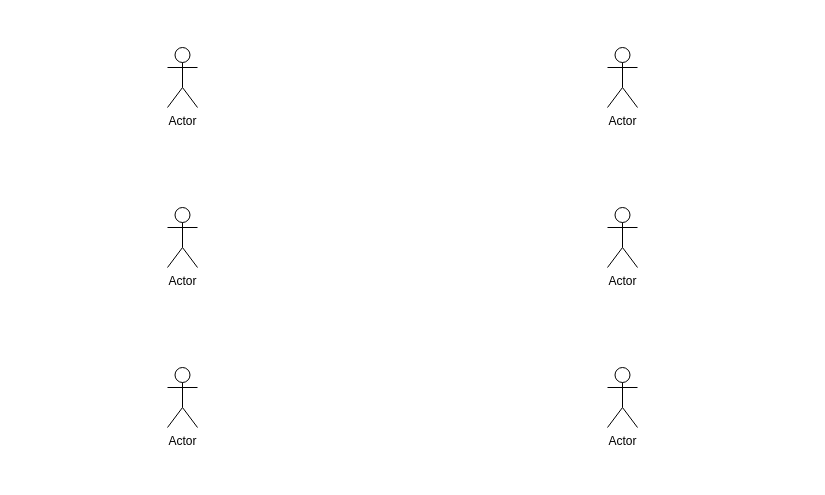
Above: docs/bridge_and_puppets.drawio in eimis-ans/mx-puppet-teams (draw.io), before the change. Source tidied: cells renumbered, new cells numbered last; positions are measured from the earlier drawing's top-left corner, leaving out a move shared by most shapes. Both pictures are drawn from the tidied source at 100%, with x=0, y=0 at pixel (167, 47).
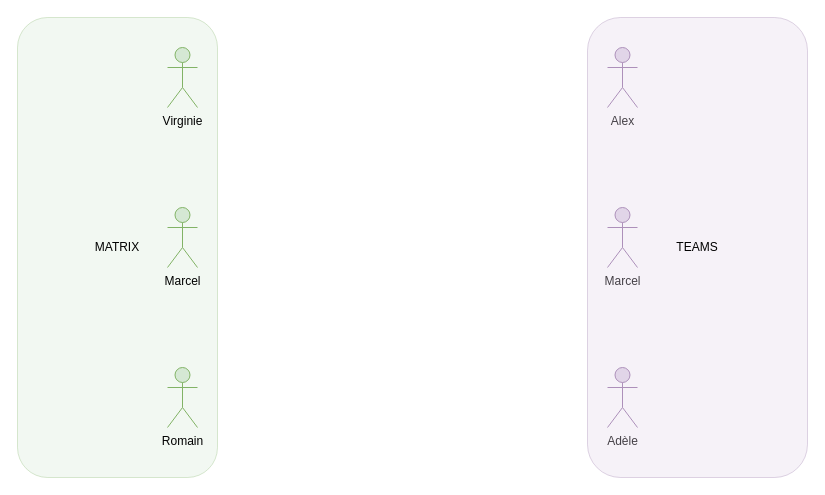
The same diagram, later.

Commit message (it also covers changes not shown here):
Mettre à jour bridge_and_puppets.drawio

Change to the diagram source:
```diff
@@
 <mxGraphModel>
   <root>
     <mxCell id="0" />
     <mxCell id="1" parent="0" />
+    <mxCell id="8" value="MATRIX" style="rounded=1;whiteSpace=wrap;html=1;fillColor=#d5e8d4;strokeColor=#82b366;fillStyle=auto;glass=0;opacity=30;" parent="1" vertex="1">
+      <mxGeometry x="-150" y="-30" width="200" height="460" as="geometry" />
+    </mxCell>
-    <mxCell id="2" value="Actor" style="shape=umlActor;verticalLabelPosition=bottom;verticalAlign=top;html=1;" parent="1" vertex="1">
+    <mxCell id="2" value="&lt;div&gt;Marcel&lt;br&gt;&lt;/div&gt;" style="shape=umlActor;verticalLabelPosition=bottom;verticalAlign=top;html=1;fillColor=#e1d5e7;strokeColor=#9673a6;" parent="1" vertex="1">
       <mxGeometry x="440" y="160" width="30" height="60" as="geometry" />
     </mxCell>
-    <mxCell id="3" value="Actor" style="shape=umlActor;verticalLabelPosition=bottom;verticalAlign=top;html=1;" parent="1" vertex="1">
+    <mxCell id="3" value="Romain" style="shape=umlActor;verticalLabelPosition=bottom;verticalAlign=top;html=1;fillColor=#d5e8d4;strokeColor=#82b366;" parent="1" vertex="1">
       <mxGeometry y="320" width="30" height="60" as="geometry" />
     </mxCell>
-    <mxCell id="4" value="Actor" style="shape=umlActor;verticalLabelPosition=bottom;verticalAlign=top;html=1;" parent="1" vertex="1">
+    <mxCell id="4" value="Adèle" style="shape=umlActor;verticalLabelPosition=bottom;verticalAlign=top;html=1;fillColor=#e1d5e7;strokeColor=#9673a6;" parent="1" vertex="1">
       <mxGeometry x="440" y="320" width="30" height="60" as="geometry" />
     </mxCell>
-    <mxCell id="5" value="Actor" style="shape=umlActor;verticalLabelPosition=bottom;verticalAlign=top;html=1;" parent="1" vertex="1">
+    <mxCell id="5" value="Marcel" style="shape=umlActor;verticalLabelPosition=bottom;verticalAlign=top;html=1;fillColor=#d5e8d4;strokeColor=#82b366;" parent="1" vertex="1">
       <mxGeometry y="160" width="30" height="60" as="geometry" />
     </mxCell>
-    <mxCell id="6" value="Actor" style="shape=umlActor;verticalLabelPosition=bottom;verticalAlign=top;html=1;" parent="1" vertex="1">
+    <mxCell id="6" value="Alex" style="shape=umlActor;verticalLabelPosition=bottom;verticalAlign=top;html=1;fillColor=#e1d5e7;strokeColor=#9673a6;" parent="1" vertex="1">
       <mxGeometry x="440" width="30" height="60" as="geometry" />
     </mxCell>
-    <mxCell id="7" value="Actor" style="shape=umlActor;verticalLabelPosition=bottom;verticalAlign=top;html=1;" parent="1" vertex="1">
+    <mxCell id="7" value="Virginie" style="shape=umlActor;verticalLabelPosition=bottom;verticalAlign=top;html=1;fillColor=#d5e8d4;strokeColor=#82b366;" parent="1" vertex="1">
       <mxGeometry width="30" height="60" as="geometry" />
     </mxCell>
+    <mxCell id="9" value="TEAMS" style="rounded=1;whiteSpace=wrap;html=1;fillColor=#e1d5e7;strokeColor=#9673a6;fillStyle=auto;glass=0;opacity=30;" parent="1" vertex="1">
+      <mxGeometry x="420" y="-30" width="220" height="460" as="geometry" />
+    </mxCell>
   </root>
 </mxGraphModel>
```
